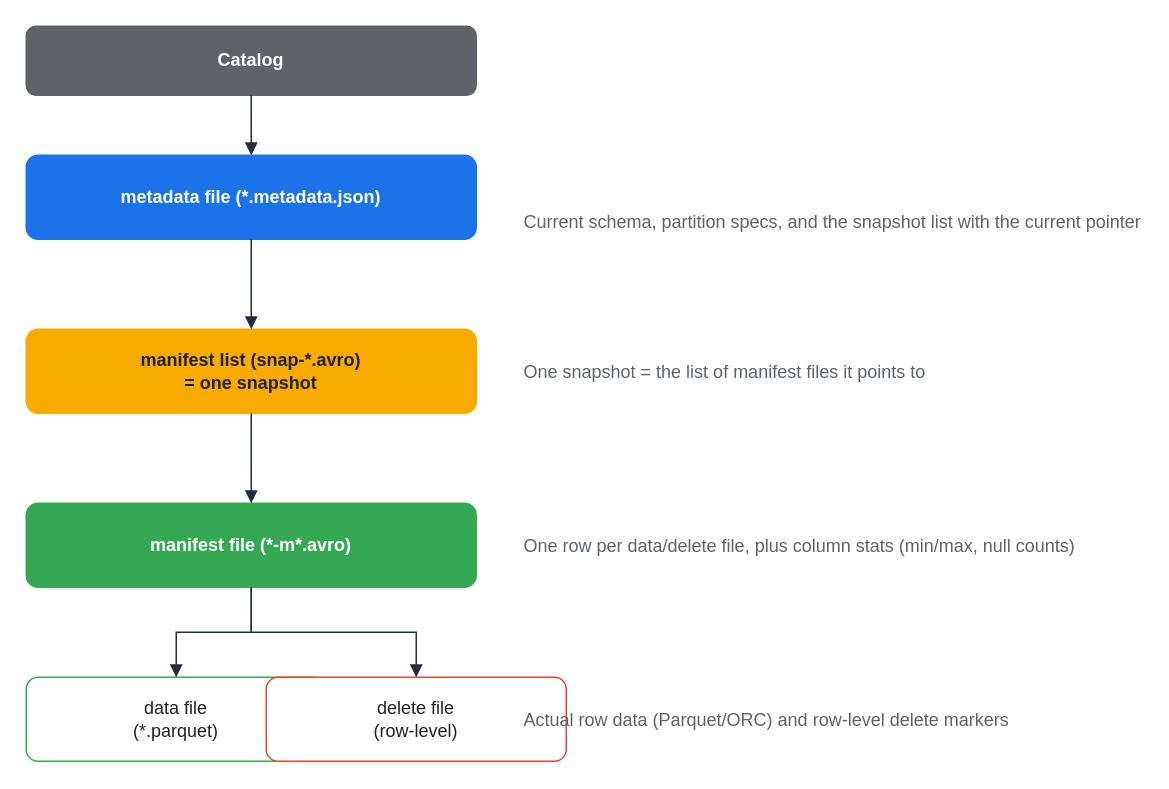
KKamJi98/kkamji98.github.io keeps this draw.io diagram as assets/img/aws/analytics-stack-10-iceberg-metadata-layers.drawio. Above is the earlier version. Source tidied: cells renumbered, new cells numbered last; positions are measured from the earlier drawing's top-left corner, leaving out a move shared by most shapes. Both pictures are drawn from the tidied source at 150%, with x=0, y=0 at pixel (26, 26).
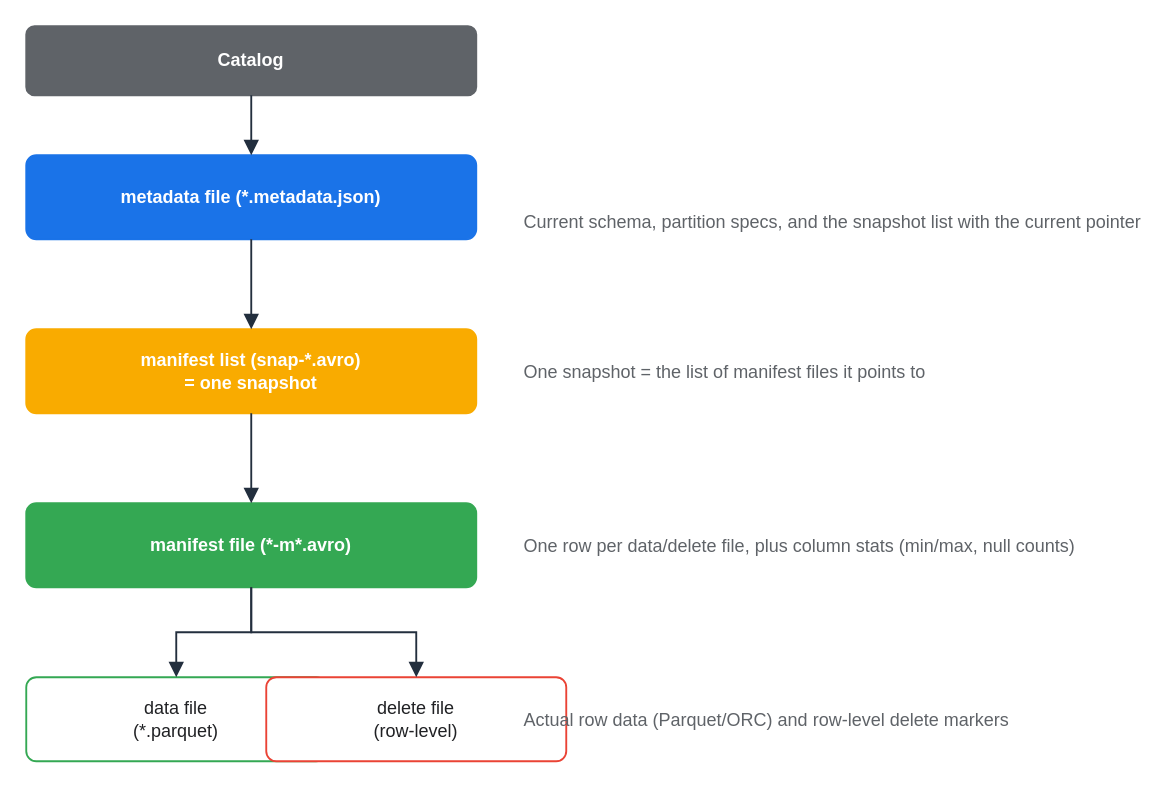
The same page after the edit.

What changed in the source:
```diff
@@
-<mxGraphModel>
+<mxGraphModel background="#FFFFFF">
   <root>
     <mxCell id="0" />
     <mxCell id="1" parent="0" />
-    <mxCell id="2" value="Catalog" style="rounded=1;whiteSpace=wrap;html=0;arcSize=14;shadow=0;fillColor=#5F6368;strokeColor=#5F6368;fontColor=#FFFFFF;fontStyle=1;" parent="1" vertex="1">
+    <mxCell id="2" value="Catalog" style="rounded=1;whiteSpace=wrap;html=0;arcSize=12;shadow=0;fillColor=#5F6368;strokeColor=#5F6368;fontColor=#FFFFFF;fontStyle=1;strokeWidth=1.25;" parent="1" vertex="1">
       <mxGeometry width="300" height="46" as="geometry" />
     </mxCell>
-    <mxCell id="3" value="metadata file (*.metadata.json)" style="rounded=1;whiteSpace=wrap;html=0;arcSize=14;shadow=0;fillColor=#1A73E8;strokeColor=#1A73E8;fontColor=#FFFFFF;fontStyle=1;" parent="1" vertex="1">
+    <mxCell id="3" value="metadata file (*.metadata.json)" style="rounded=1;whiteSpace=wrap;html=0;arcSize=12;shadow=0;fillColor=#1A73E8;strokeColor=#1A73E8;fontColor=#FFFFFF;fontStyle=1;strokeWidth=1.25;" parent="1" vertex="1">
       <mxGeometry y="86" width="300" height="56" as="geometry" />
     </mxCell>
-    <mxCell id="4" value="manifest list (snap-*.avro)&#10;= one snapshot" style="rounded=1;whiteSpace=wrap;html=0;arcSize=14;shadow=0;fillColor=#F9AB00;strokeColor=#F9AB00;fontColor=#202124;fontStyle=1;" parent="1" vertex="1">
+    <mxCell id="4" value="manifest list (snap-*.avro)&#10;= one snapshot" style="rounded=1;whiteSpace=wrap;html=0;arcSize=12;shadow=0;fillColor=#F9AB00;strokeColor=#F9AB00;fontColor=#FFFFFF;fontStyle=1;strokeWidth=1.25;" parent="1" vertex="1">
       <mxGeometry y="202" width="300" height="56" as="geometry" />
     </mxCell>
-    <mxCell id="5" value="manifest file (*-m*.avro)" style="rounded=1;whiteSpace=wrap;html=0;arcSize=14;shadow=0;fillColor=#34A853;strokeColor=#34A853;fontColor=#FFFFFF;fontStyle=1;" parent="1" vertex="1">
+    <mxCell id="5" value="manifest file (*-m*.avro)" style="rounded=1;whiteSpace=wrap;html=0;arcSize=12;shadow=0;fillColor=#34A853;strokeColor=#34A853;fontColor=#FFFFFF;fontStyle=1;strokeWidth=1.25;" parent="1" vertex="1">
       <mxGeometry y="318" width="300" height="56" as="geometry" />
     </mxCell>
-    <mxCell id="6" value="data file&#10;(*.parquet)" style="rounded=1;whiteSpace=wrap;html=0;arcSize=14;shadow=0;fillColor=#FFFFFF;strokeColor=#34A853;fontColor=#202124;" parent="1" vertex="1">
+    <mxCell id="6" value="data file&#10;(*.parquet)" style="rounded=1;whiteSpace=wrap;html=0;arcSize=12;shadow=0;fillColor=#FFFFFF;strokeColor=#34A853;fontColor=#202124;strokeWidth=1.25;" parent="1" vertex="1">
       <mxGeometry y="434" width="200" height="56" as="geometry" />
     </mxCell>
-    <mxCell id="7" value="delete file&#10;(row-level)" style="rounded=1;whiteSpace=wrap;html=0;arcSize=14;shadow=0;fillColor=#FFFFFF;strokeColor=#EA4335;fontColor=#202124;" parent="1" vertex="1">
+    <mxCell id="7" value="delete file&#10;(row-level)" style="rounded=1;whiteSpace=wrap;html=0;arcSize=12;shadow=0;fillColor=#FFFFFF;strokeColor=#EA4335;fontColor=#202124;strokeWidth=1.25;" parent="1" vertex="1">
       <mxGeometry x="160" y="434" width="200" height="56" as="geometry" />
     </mxCell>
     <mxCell id="8" value="Current schema, partition specs, and the snapshot list with the current pointer" style="text;html=0;align=left;verticalAlign=middle;fontColor=#5F6368;" parent="1" vertex="1">
       <mxGeometry x="330" y="90" width="280" height="80" as="geometry" />
     </mxCell>
     <mxCell id="9" value="One snapshot = the list of manifest files it points to" style="text;html=0;align=left;verticalAlign=middle;fontColor=#5F6368;" parent="1" vertex="1">
       <mxGeometry x="330" y="206" width="280" height="48" as="geometry" />
     </mxCell>
     <mxCell id="10" value="One row per data/delete file, plus column stats (min/max, null counts)" style="text;html=0;align=left;verticalAlign=middle;fontColor=#5F6368;" parent="1" vertex="1">
       <mxGeometry x="330" y="322" width="280" height="48" as="geometry" />
     </mxCell>
     <mxCell id="11" value="Actual row data (Parquet/ORC) and row-level delete markers" style="text;html=0;align=left;verticalAlign=middle;fontColor=#5F6368;" parent="1" vertex="1">
       <mxGeometry x="330" y="438" width="280" height="48" as="geometry" />
     </mxCell>
-    <mxCell id="12" style="edgeStyle=orthogonalEdgeStyle;rounded=0;html=0;endArrow=block;strokeColor=#232F3E;fontColor=#232F3E;" parent="1" edge="1" source="2" target="3">
+    <mxCell id="12" style="edgeStyle=orthogonalEdgeStyle;rounded=0;html=0;endArrow=block;strokeColor=#232F3E;fontColor=#202124;strokeWidth=1.25;endSize=7;" parent="1" edge="1" source="2" target="3">
       <mxGeometry relative="1" as="geometry" />
     </mxCell>
-    <mxCell id="13" style="edgeStyle=orthogonalEdgeStyle;rounded=0;html=0;endArrow=block;strokeColor=#232F3E;fontColor=#232F3E;" parent="1" edge="1" source="3" target="4">
+    <mxCell id="13" style="edgeStyle=orthogonalEdgeStyle;rounded=0;html=0;endArrow=block;strokeColor=#232F3E;fontColor=#202124;strokeWidth=1.25;endSize=7;" parent="1" edge="1" source="3" target="4">
       <mxGeometry relative="1" as="geometry" />
     </mxCell>
-    <mxCell id="14" style="edgeStyle=orthogonalEdgeStyle;rounded=0;html=0;endArrow=block;strokeColor=#232F3E;fontColor=#232F3E;" parent="1" edge="1" source="4" target="5">
+    <mxCell id="14" style="edgeStyle=orthogonalEdgeStyle;rounded=0;html=0;endArrow=block;strokeColor=#232F3E;fontColor=#202124;strokeWidth=1.25;endSize=7;" parent="1" edge="1" source="4" target="5">
       <mxGeometry relative="1" as="geometry" />
     </mxCell>
-    <mxCell id="15" style="edgeStyle=orthogonalEdgeStyle;rounded=0;html=0;endArrow=block;strokeColor=#232F3E;fontColor=#232F3E;" parent="1" edge="1" source="5" target="6">
+    <mxCell id="15" style="edgeStyle=orthogonalEdgeStyle;rounded=0;html=0;endArrow=block;strokeColor=#232F3E;fontColor=#202124;strokeWidth=1.25;endSize=7;" parent="1" edge="1" source="5" target="6">
       <mxGeometry relative="1" as="geometry" />
     </mxCell>
-    <mxCell id="16" style="edgeStyle=orthogonalEdgeStyle;rounded=0;html=0;endArrow=block;strokeColor=#232F3E;fontColor=#232F3E;" parent="1" edge="1" source="5" target="7">
+    <mxCell id="16" style="edgeStyle=orthogonalEdgeStyle;rounded=0;html=0;endArrow=block;strokeColor=#232F3E;fontColor=#202124;strokeWidth=1.25;endSize=7;" parent="1" edge="1" source="5" target="7">
       <mxGeometry relative="1" as="geometry" />
     </mxCell>
   </root>
 </mxGraphModel>
```
